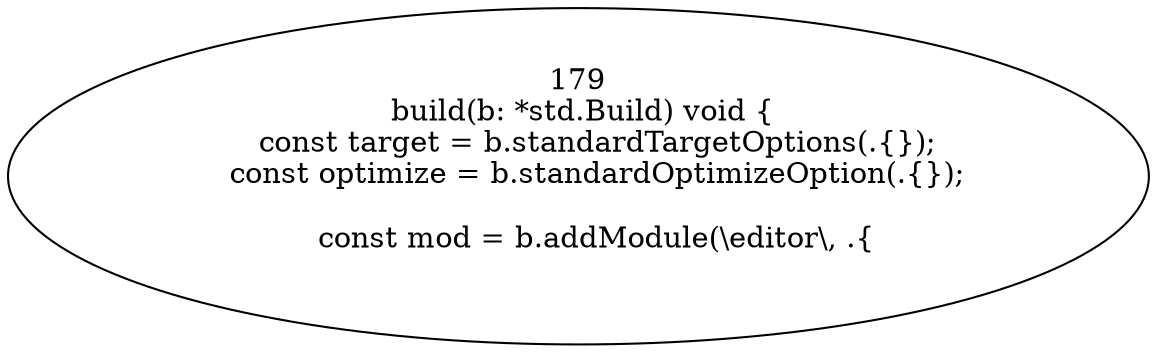
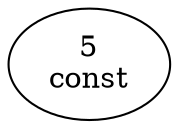
digraph {
- node0 [label="179\n build(b: *std.Build) void {\n    const target = b.standardTargetOptions(.{});\n    const optimize = b.standardOptimizeOption(.{});\n\n    const mod = b.addModule(\\editor\\, .{\n       "];
+ node0 [label="5\nconst"];
}
